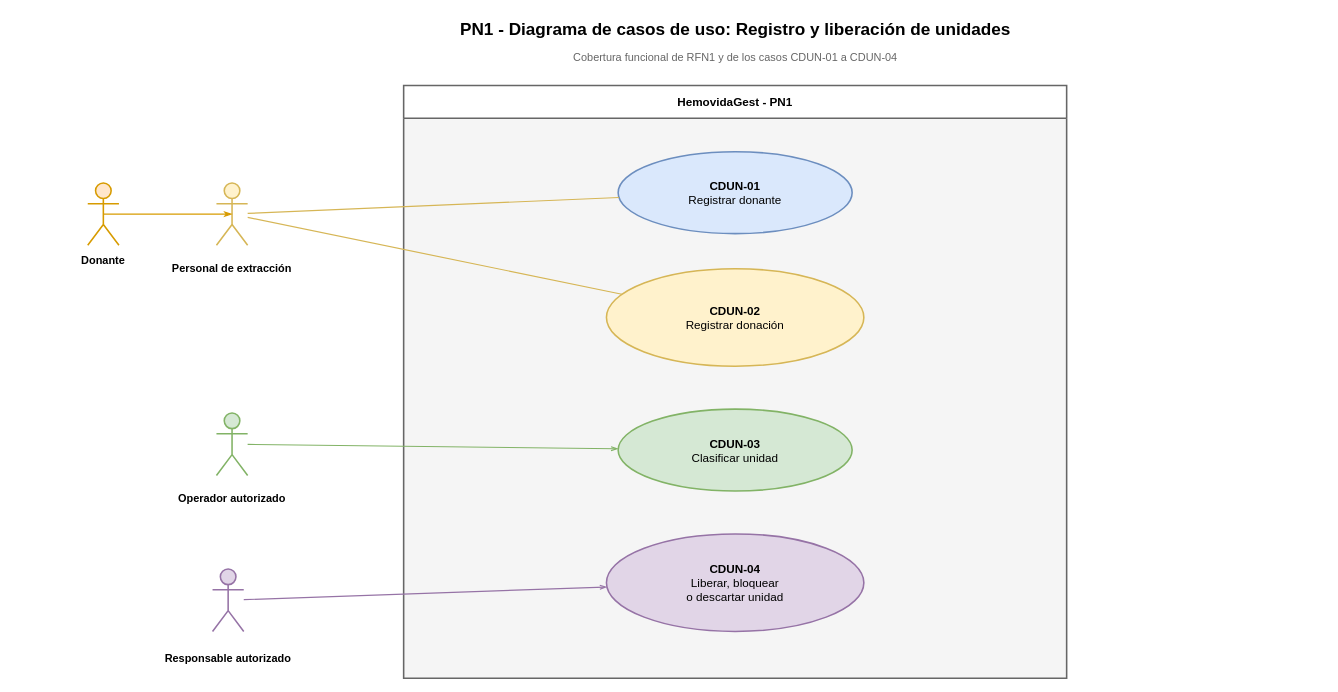
The draw.io diagram Diagramas/Secuencia de Roles/PN1_DiagramaCasosDeUso.drawio in juanNH/Ingenieria-de-Software, before the edit. Source tidied: cells renumbered, new cells numbered last; positions are measured from the earlier drawing's top-left corner, leaving out a move shared by most shapes. Both pictures are drawn from the tidied source at 78%, with x=0, y=0 at pixel (13, 13).
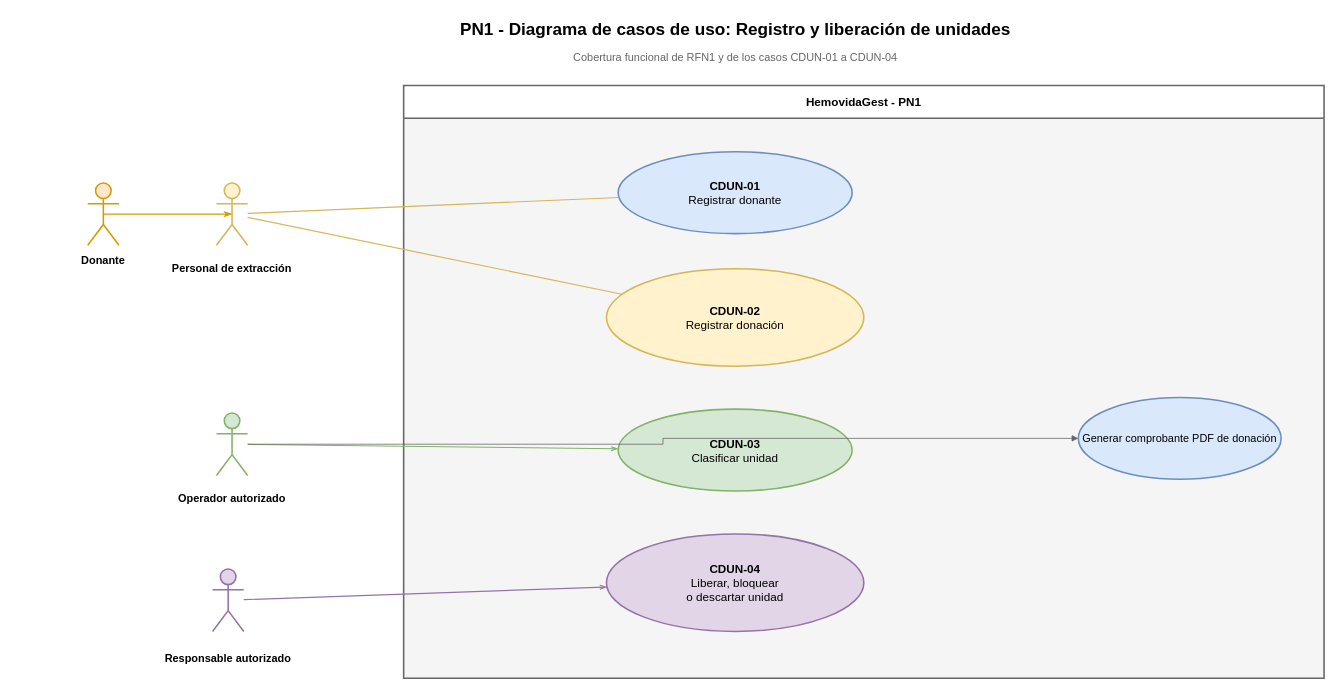
The same page after the edit.

The change refers to these unchanged cells:
```xml
<mxCell id="13" style="shape=umlActor;html=1;fillColor=#d5e8d4;strokeColor=#82b366;strokeWidth=2;" parent="1" vertex="1">
  <mxGeometry x="260" y="512" width="40" height="80" as="geometry" />
</mxCell>
```

The edit, as a diff of the source:
```diff
@@
     <mxCell id="4" value="HemovidaGest - PN1" style="swimlane;horizontal=1;startSize=42;whiteSpace=wrap;html=1;rounded=0;fillColor=none;swimlaneFillColor=#f5f5f5;strokeColor=#666666;strokeWidth=2;fontStyle=1;fontSize=15;fontFamily=Arial;align=center;verticalAlign=middle;" parent="1" vertex="1">
-      <mxGeometry x="500" y="92" width="850" height="760" as="geometry" />
+      <mxGeometry x="500" y="92" width="1180" height="760" as="geometry" />
     </mxCell>
@@
+    <mxCell id="22" value="Generar comprobante PDF de donación" style="ellipse;whiteSpace=wrap;html=1;fillColor=#dae8fc;strokeColor=#6c8ebf;strokeWidth=2;fontSize=14;" parent="1" vertex="1">
+      <mxGeometry x="1365" y="492" width="260" height="105" as="geometry" />
+    </mxCell>
+    <mxCell id="23" style="edgeStyle=orthogonalEdgeStyle;rounded=0;html=1;endArrow=block;endFill=1;strokeColor=#666666;fontSize=11;" parent="1" edge="1" source="13" target="22">
+      <mxGeometry relative="1" as="geometry" />
+    </mxCell>
```
